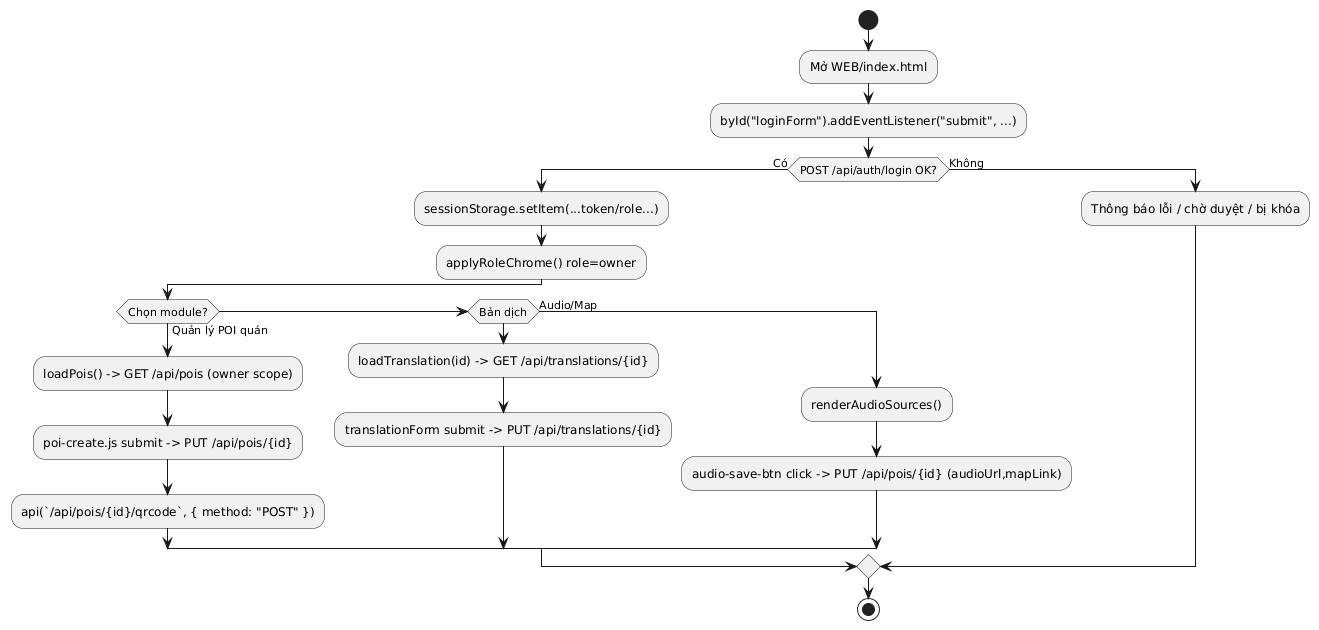
Earlier version of the PlantUML export Diagrams/ACT Owner.png (hoangtri22/TravelGuide). Its source is kept beside it as PlanUML/ACT Owner.puml.
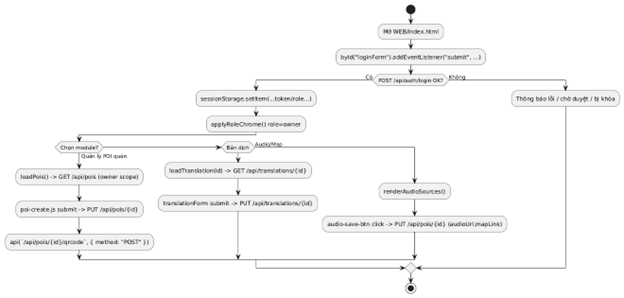
Above is the later version.

The edit, as a diff of the source:
```diff
@@ -8,13 +8,15 @@
   :applyRoleChrome() role=owner;
   if (Chọn module?) then (Quản lý POI quán)
     :loadPois() -> GET /api/pois (owner scope);
-    :poi-create.js submit -> PUT /api/pois/{id};
-    :api(`/api/pois/{id}/qrcode`, { method: "POST" });
+    :Mở poi-create.html?id=...;
+    :poi-create.js submit -> POST /api/pois hoặc PUT /api/pois/{id};
   elseif (Bản dịch)
-    :loadTranslation(id) -> GET /api/translations/{id};
+    :loadTranslation(id) -> GET /api/translations/{id}?lang=...;
     :translationForm submit -> PUT /api/translations/{id};
+    :Tạo lại máy -> POST /api/translations/{id}/regenerate?lang=...;
   else (Audio/Map)
     :renderAudioSources();
+    :Upload file -> POST /api/upload/audio;
     :audio-save-btn click -> PUT /api/pois/{id} (audioUrl,mapLink);
   endif
 else (Không)
```
